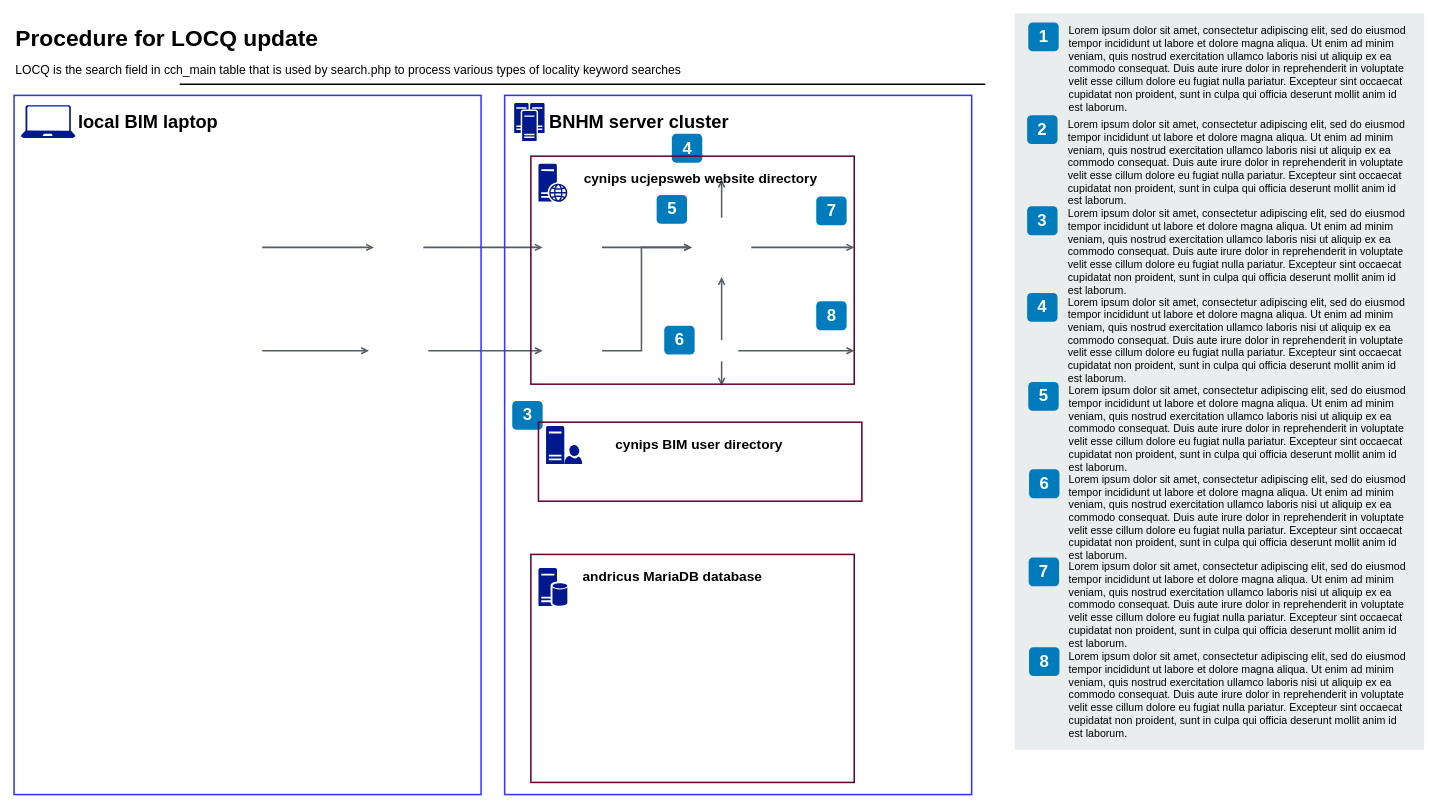
The draw.io diagram bulkload/LOCQ-update.drawio in UC-JepsonHerbaria/CCH1_Version2, before the edit. Source tidied: cells renumbered, new cells numbered last; positions are measured from the earlier drawing's top-left corner, leaving out a move shared by most shapes. Both pictures are drawn from the tidied source at 76%, with x=0, y=0 at pixel (14, 13).
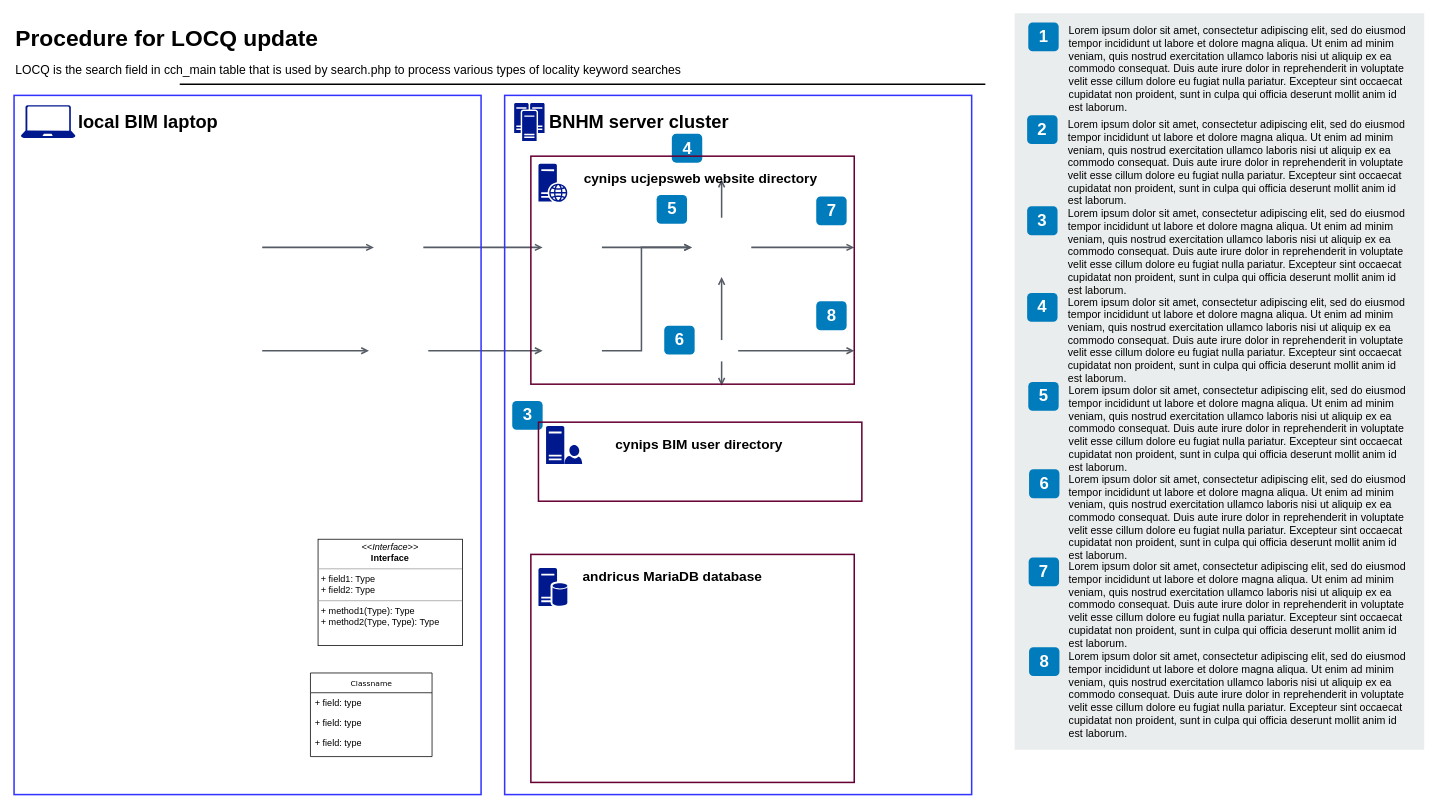
The same page after the edit.

The change refers to these unchanged cells:
```xml
<mxCell id="52" style="whiteSpace=wrap;html=1;dashed=0;fontColor=#AAB7B8;fontStyle=0;align=left;verticalAlign=top;strokeColor=#3333FF;fillColor=none;gradientColor=none;spacingLeft=30;strokeWidth=2;" parent="1" vertex="1">
  <mxGeometry y="108" width="614.5" height="920" as="geometry" />
</mxCell>
```

Diff of the diagram source:
```diff
@@
+    <mxCell id="55" value="Classname" style="swimlane;html=1;fontStyle=0;horizontal=1;startSize=26;fillColor=none;swimlaneFillColor=#ffffff;rounded=0;shadow=0;comic=0;labelBackgroundColor=none;strokeWidth=1;fontFamily=Verdana;fontSize=10;align=center;" parent="52" vertex="1">
+      <mxGeometry x="390" y="760" width="160" height="110" as="geometry" />
+    </mxCell>
+    <mxCell id="56" value="+ field: type" style="text;html=1;strokeColor=none;fillColor=none;align=left;verticalAlign=top;spacingLeft=4;spacingRight=4;whiteSpace=wrap;overflow=hidden;" parent="55" vertex="1">
+      <mxGeometry y="26" width="160" height="26" as="geometry" />
+    </mxCell>
+    <mxCell id="57" value="+ field: type" style="text;html=1;strokeColor=none;fillColor=none;align=left;verticalAlign=top;spacingLeft=4;spacingRight=4;whiteSpace=wrap;overflow=hidden;" parent="55" vertex="1">
+      <mxGeometry y="52" width="160" height="26" as="geometry" />
+    </mxCell>
+    <mxCell id="58" value="+ field: type" style="text;html=1;strokeColor=none;fillColor=none;align=left;verticalAlign=top;spacingLeft=4;spacingRight=4;whiteSpace=wrap;overflow=hidden;" parent="55" vertex="1">
+      <mxGeometry y="78" width="160" height="26" as="geometry" />
+    </mxCell>
+    <mxCell id="59" value="&lt;p style=&quot;margin:0px;margin-top:4px;text-align:center;&quot;&gt;&lt;i&gt;&amp;lt;&amp;lt;Interface&amp;gt;&amp;gt;&lt;/i&gt;&lt;br/&gt;&lt;b&gt;Interface&lt;/b&gt;&lt;/p&gt;&lt;hr size=&quot;1&quot;/&gt;&lt;p style=&quot;margin:0px;margin-left:4px;&quot;&gt;+ field1: Type&lt;br/&gt;+ field2: Type&lt;/p&gt;&lt;hr size=&quot;1&quot;/&gt;&lt;p style=&quot;margin:0px;margin-left:4px;&quot;&gt;+ method1(Type): Type&lt;br/&gt;+ method2(Type, Type): Type&lt;/p&gt;" style="verticalAlign=top;align=left;overflow=fill;fontSize=12;fontFamily=Helvetica;html=1;rounded=0;shadow=0;comic=0;labelBackgroundColor=none;strokeWidth=1;" parent="1" vertex="1">
+      <mxGeometry x="400" y="692" width="190" height="140" as="geometry" />
+    </mxCell>
```
